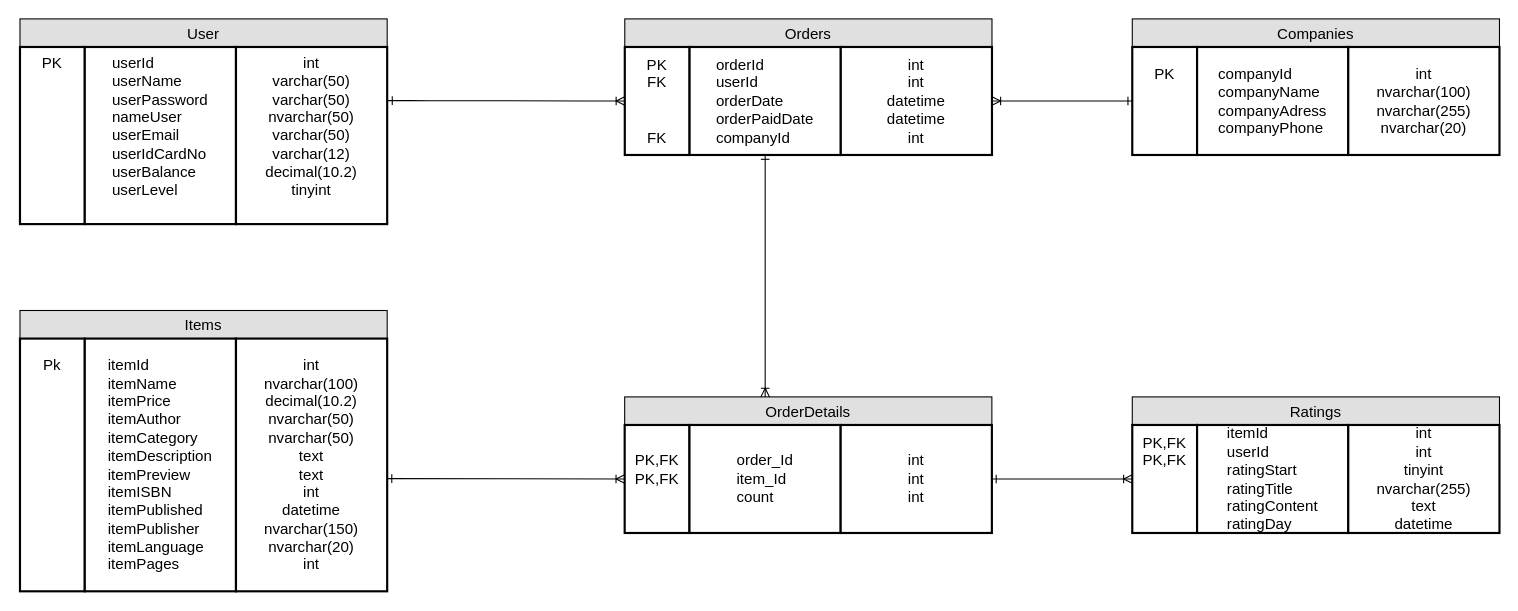
The draw.io diagram Documents/CSDL/table.drawio in tung120320/E-Book-Order-G02, before the edit. Source tidied: cells renumbered, new cells numbered last; positions are measured from the earlier drawing's top-left corner, leaving out a move shared by most shapes. Both pictures are drawn from the tidied source at 108%, with x=0, y=0 at pixel (19, 18).
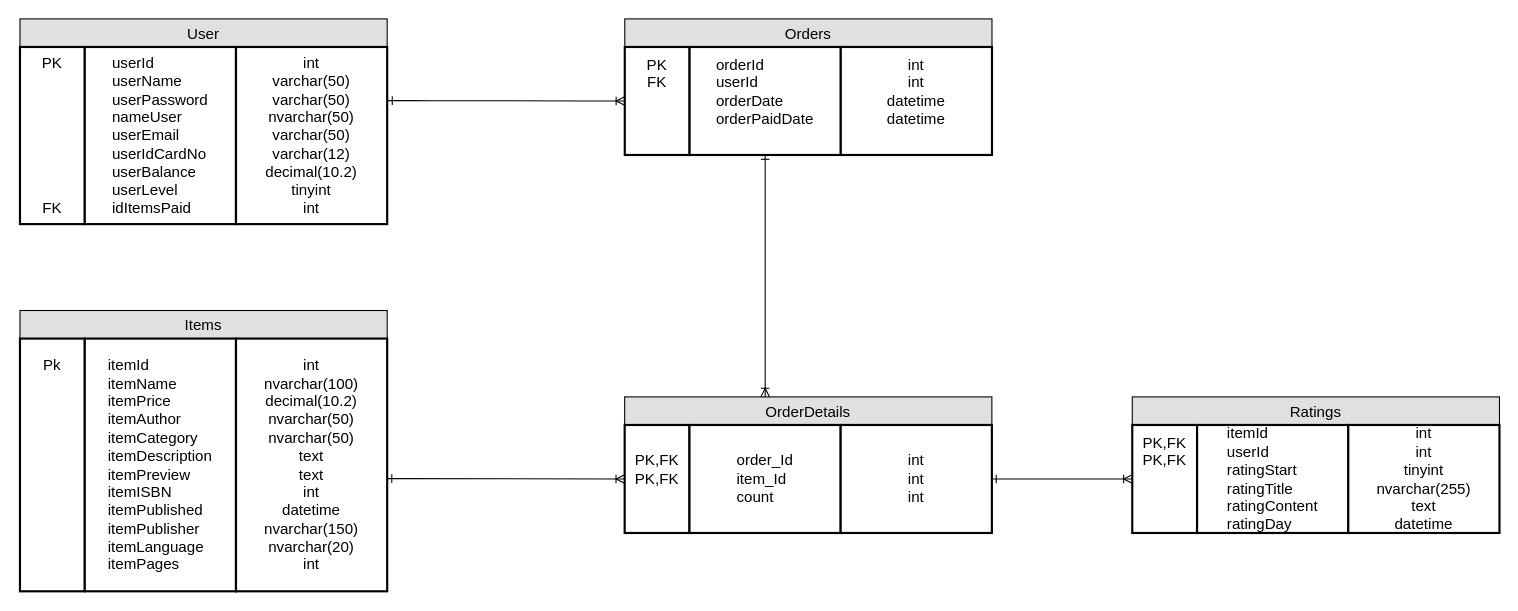
Above is the later version.

What changed in the source:
```diff
@@
-    <mxCell id="3" value="PK&lt;br&gt;&lt;br&gt;&lt;br&gt;&lt;br&gt;&lt;br&gt;&lt;br&gt;&lt;br&gt;&lt;br&gt;&lt;br&gt;" style="strokeWidth=2;whiteSpace=wrap;html=1;align=center;fontSize=14;" parent="1" vertex="1">
+    <mxCell id="3" value="PK&lt;br&gt;&lt;br&gt;&lt;br&gt;&lt;br&gt;&lt;br&gt;&lt;br&gt;&lt;br&gt;&lt;br&gt;FK&lt;br&gt;" style="strokeWidth=2;whiteSpace=wrap;html=1;align=center;fontSize=14;" parent="1" vertex="1">
       <mxGeometry y="26" width="60" height="164" as="geometry" />
     </mxCell>
-    <mxCell id="4" value="&lt;div style=&quot;text-align: left&quot;&gt;&lt;span&gt;userId&lt;/span&gt;&lt;br&gt;&lt;/div&gt;&lt;div style=&quot;text-align: left&quot;&gt;&lt;span&gt;userName&lt;/span&gt;&lt;span&gt;&lt;br&gt;&lt;/span&gt;&lt;/div&gt;&lt;div style=&quot;text-align: left&quot;&gt;&lt;span&gt;userPassword&lt;/span&gt;&lt;span&gt;&lt;br&gt;&lt;/span&gt;&lt;/div&gt;&lt;div style=&quot;text-align: left&quot;&gt;&lt;span&gt;nameUser&lt;/span&gt;&lt;span&gt;&lt;br&gt;&lt;/span&gt;&lt;/div&gt;&lt;div style=&quot;text-align: left&quot;&gt;&lt;span&gt;userEmail&lt;/span&gt;&lt;span&gt;&lt;br&gt;&lt;/span&gt;&lt;/div&gt;&lt;div style=&quot;text-align: left&quot;&gt;&lt;span&gt;userIdCardNo&lt;/span&gt;&lt;span&gt;&lt;br&gt;&lt;/span&gt;&lt;/div&gt;&lt;div style=&quot;text-align: left&quot;&gt;&lt;span&gt;userBalance&lt;/span&gt;&lt;span&gt;&lt;br&gt;&lt;/span&gt;&lt;/div&gt;&lt;div style=&quot;text-align: left&quot;&gt;&lt;span&gt;userLevel&lt;/span&gt;&lt;span&gt;&lt;br&gt;&lt;/span&gt;&lt;/div&gt;&lt;div style=&quot;text-align: left&quot;&gt;&lt;br&gt;&lt;/div&gt;" style="strokeWidth=2;whiteSpace=wrap;html=1;align=center;fontSize=14;" parent="1" vertex="1">
+    <mxCell id="4" value="&lt;div style=&quot;text-align: left&quot;&gt;&lt;span&gt;&lt;br&gt;&lt;/span&gt;&lt;/div&gt;&lt;div style=&quot;text-align: left&quot;&gt;&lt;span&gt;userId&lt;/span&gt;&lt;br&gt;&lt;/div&gt;&lt;div style=&quot;text-align: left&quot;&gt;&lt;span&gt;userName&lt;/span&gt;&lt;span&gt;&lt;br&gt;&lt;/span&gt;&lt;/div&gt;&lt;div style=&quot;text-align: left&quot;&gt;&lt;span&gt;userPassword&lt;/span&gt;&lt;span&gt;&lt;br&gt;&lt;/span&gt;&lt;/div&gt;&lt;div style=&quot;text-align: left&quot;&gt;&lt;span&gt;nameUser&lt;/span&gt;&lt;span&gt;&lt;br&gt;&lt;/span&gt;&lt;/div&gt;&lt;div style=&quot;text-align: left&quot;&gt;&lt;span&gt;userEmail&lt;/span&gt;&lt;span&gt;&lt;br&gt;&lt;/span&gt;&lt;/div&gt;&lt;div style=&quot;text-align: left&quot;&gt;&lt;span&gt;userIdCardNo&lt;/span&gt;&lt;span&gt;&lt;br&gt;&lt;/span&gt;&lt;/div&gt;&lt;div style=&quot;text-align: left&quot;&gt;&lt;span&gt;userBalance&lt;/span&gt;&lt;span&gt;&lt;br&gt;&lt;/span&gt;&lt;/div&gt;&lt;div style=&quot;text-align: left&quot;&gt;&lt;span&gt;userLevel&lt;/span&gt;&lt;span&gt;&lt;br&gt;&lt;/span&gt;&lt;/div&gt;&lt;div style=&quot;text-align: left&quot;&gt;&lt;span&gt;idItemsPaid&lt;/span&gt;&lt;br&gt;&lt;/div&gt;&lt;div style=&quot;text-align: left&quot;&gt;&lt;br&gt;&lt;/div&gt;" style="strokeWidth=2;whiteSpace=wrap;html=1;align=center;fontSize=14;" parent="1" vertex="1">
       <mxGeometry x="60" y="26" width="140" height="164" as="geometry" />
     </mxCell>
-    <mxCell id="5" value="int&lt;br&gt;varchar(50)&lt;br&gt;varchar(50)&lt;br&gt;nvarchar(50)&lt;br&gt;varchar(50)&lt;br&gt;varchar(12)&lt;br&gt;decimal(10.2)&lt;br&gt;&lt;span&gt;tinyint&lt;/span&gt;&lt;br&gt;&lt;br&gt;" style="strokeWidth=2;whiteSpace=wrap;html=1;align=center;fontSize=14;" parent="1" vertex="1">
+    <mxCell id="5" value="int&lt;br&gt;varchar(50)&lt;br&gt;varchar(50)&lt;br&gt;nvarchar(50)&lt;br&gt;varchar(50)&lt;br&gt;varchar(12)&lt;br&gt;decimal(10.2)&lt;br&gt;&lt;span&gt;tinyint&lt;/span&gt;&lt;br&gt;int&lt;br&gt;" style="strokeWidth=2;whiteSpace=wrap;html=1;align=center;fontSize=14;" parent="1" vertex="1">
       <mxGeometry x="200" y="26" width="140" height="164" as="geometry" />
     </mxCell>
@@
-    <mxCell id="7" value="&lt;br&gt;&lt;br&gt;PK&lt;br&gt;FK&lt;br&gt;&lt;br&gt;&lt;br&gt;FK&lt;br&gt;&lt;br&gt;&lt;br&gt;" style="strokeWidth=2;whiteSpace=wrap;html=1;align=center;fontSize=14;" parent="1" vertex="1">
+    <mxCell id="7" value="&lt;br&gt;&lt;br&gt;PK&lt;br&gt;FK&lt;br&gt;&lt;br&gt;&lt;br&gt;&lt;br&gt;&lt;br&gt;&lt;br&gt;" style="strokeWidth=2;whiteSpace=wrap;html=1;align=center;fontSize=14;" parent="1" vertex="1">
       <mxGeometry x="560" y="26" width="60" height="100" as="geometry" />
     </mxCell>
-    <mxCell id="8" value="&lt;div style=&quot;text-align: left&quot;&gt;&lt;span&gt;&lt;br&gt;&lt;/span&gt;&lt;/div&gt;&lt;div style=&quot;text-align: left&quot;&gt;&lt;span&gt;orderId&lt;/span&gt;&lt;br&gt;&lt;/div&gt;&lt;div style=&quot;text-align: left&quot;&gt;&lt;span&gt;userId&lt;/span&gt;&lt;span&gt;&lt;br&gt;&lt;/span&gt;&lt;/div&gt;&lt;div style=&quot;text-align: left&quot;&gt;&lt;span&gt;orderDate&lt;/span&gt;&lt;span&gt;&lt;br&gt;&lt;/span&gt;&lt;/div&gt;&lt;div style=&quot;text-align: left&quot;&gt;&lt;span&gt;orderPaidDate&lt;/span&gt;&lt;span&gt;&lt;br&gt;&lt;/span&gt;&lt;/div&gt;&lt;div style=&quot;text-align: left&quot;&gt;companyId&lt;span&gt;&lt;br&gt;&lt;/span&gt;&lt;/div&gt;&lt;div style=&quot;text-align: left&quot;&gt;&lt;span&gt;&lt;br&gt;&lt;/span&gt;&lt;/div&gt;" style="strokeWidth=2;whiteSpace=wrap;html=1;align=center;fontSize=14;" parent="1" vertex="1">
+    <mxCell id="8" value="&lt;div style=&quot;text-align: left&quot;&gt;&lt;span&gt;&lt;br&gt;&lt;/span&gt;&lt;/div&gt;&lt;div style=&quot;text-align: left&quot;&gt;&lt;span&gt;orderId&lt;/span&gt;&lt;br&gt;&lt;/div&gt;&lt;div style=&quot;text-align: left&quot;&gt;&lt;span&gt;userId&lt;/span&gt;&lt;span&gt;&lt;br&gt;&lt;/span&gt;&lt;/div&gt;&lt;div style=&quot;text-align: left&quot;&gt;&lt;span&gt;orderDate&lt;/span&gt;&lt;span&gt;&lt;br&gt;&lt;/span&gt;&lt;/div&gt;&lt;div style=&quot;text-align: left&quot;&gt;&lt;span&gt;orderPaidDate&lt;/span&gt;&lt;span&gt;&lt;br&gt;&lt;/span&gt;&lt;/div&gt;&lt;div style=&quot;text-align: left&quot;&gt;&lt;span&gt;&lt;br&gt;&lt;/span&gt;&lt;/div&gt;&lt;div style=&quot;text-align: left&quot;&gt;&lt;span&gt;&lt;br&gt;&lt;/span&gt;&lt;/div&gt;" style="strokeWidth=2;whiteSpace=wrap;html=1;align=center;fontSize=14;" parent="1" vertex="1">
       <mxGeometry x="620" y="26" width="140" height="100" as="geometry" />
     </mxCell>
-    <mxCell id="9" value="int&lt;br&gt;int&lt;br&gt;datetime&lt;br&gt;datetime&lt;br&gt;int&lt;br&gt;" style="strokeWidth=2;whiteSpace=wrap;html=1;align=center;fontSize=14;" parent="1" vertex="1">
+    <mxCell id="9" value="int&lt;br&gt;int&lt;br&gt;datetime&lt;br&gt;datetime&lt;br&gt;&lt;br&gt;" style="strokeWidth=2;whiteSpace=wrap;html=1;align=center;fontSize=14;" parent="1" vertex="1">
       <mxGeometry x="760" y="26" width="140" height="100" as="geometry" />
     </mxCell>
@@
-    <mxCell id="26" value="Companies" style="text;align=center;verticalAlign=middle;spacingLeft=4;spacingRight=4;strokeColor=#000000;fillColor=#e0e0e0;fontSize=14;" parent="1" vertex="1">
-      <mxGeometry x="1029.9" width="340" height="26" as="geometry" />
-    </mxCell>
-    <mxCell id="27" value="PK&lt;br&gt;&lt;br&gt;&lt;br&gt;&lt;br&gt;" style="strokeWidth=2;whiteSpace=wrap;html=1;align=center;fontSize=14;" parent="1" vertex="1">
-      <mxGeometry x="1029.9" y="26" width="60" height="100" as="geometry" />
-    </mxCell>
-    <mxCell id="28" value="&lt;div style=&quot;text-align: left&quot;&gt;&lt;span&gt;companyId&lt;/span&gt;&lt;br&gt;&lt;/div&gt;&lt;div style=&quot;text-align: left&quot;&gt;&lt;span&gt;companyName&lt;/span&gt;&lt;span&gt;&lt;br&gt;&lt;/span&gt;&lt;/div&gt;&lt;div style=&quot;text-align: left&quot;&gt;&lt;span&gt;companyAdress&lt;/span&gt;&lt;span&gt;&lt;br&gt;&lt;/span&gt;&lt;/div&gt;&lt;div style=&quot;text-align: left&quot;&gt;&lt;span&gt;companyPhone&lt;/span&gt;&lt;span&gt;&lt;br&gt;&lt;/span&gt;&lt;/div&gt;" style="strokeWidth=2;whiteSpace=wrap;html=1;align=center;fontSize=14;" parent="1" vertex="1">
-      <mxGeometry x="1089.9" y="26" width="140" height="100" as="geometry" />
-    </mxCell>
-    <mxCell id="29" value="int&lt;br&gt;nvarchar(100)&lt;br&gt;nvarchar(255)&lt;br&gt;nvarchar(20)&lt;br&gt;" style="strokeWidth=2;whiteSpace=wrap;html=1;align=center;fontSize=14;" parent="1" vertex="1">
-      <mxGeometry x="1229.9" y="26" width="140" height="100" as="geometry" />
-    </mxCell>
-    <mxCell id="30" style="fontSize=12;html=1;endArrow=ERoneToMany;startArrow=ERone;startFill=0;entryX=1;entryY=0.5;entryDx=0;entryDy=0;exitX=0;exitY=0.5;exitDx=0;exitDy=0;" parent="1" edge="1" source="27" target="9">
-      <mxGeometry relative="1" as="geometry" />
-    </mxCell>
```
